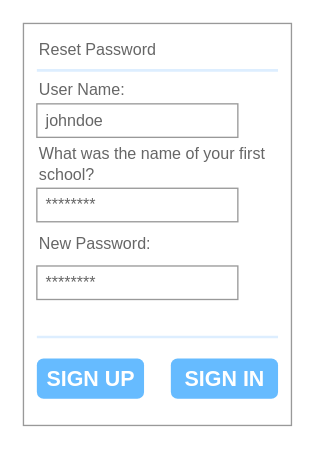
Above: Documentation/images/design/Reset_Password.drawio in JCSnelson/JSnelson-NEA (draw.io), before the change. Source tidied: cells renumbered, new cells numbered last; positions are measured from the earlier drawing's top-left corner, leaving out a move shared by most shapes. Both pictures are drawn from the tidied source at 134%, with x=0, y=0 at pixel (23, 23).
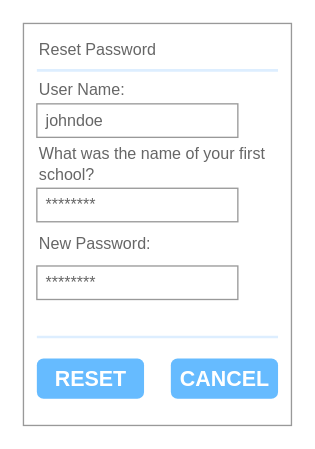
The same diagram, later.

The change refers to these unchanged cells:
```xml
<mxCell id="2" style="strokeWidth=1;shadow=0;dashed=0;align=center;html=1;shape=mxgraph.mockup.forms.rrect;rSize=0;strokeColor=#999999;fillColor=#ffffff;" parent="1" vertex="1">
  <mxGeometry width="200" height="300" as="geometry" />
</mxCell>
```

What changed in the source:
```diff
@@
-    <mxCell id="9" value="SIGN IN" style="strokeWidth=1;shadow=0;dashed=0;align=center;html=1;shape=mxgraph.mockup.forms.rrect;rSize=5;strokeColor=none;fontColor=#ffffff;fillColor=#66bbff;fontSize=16;fontStyle=1;" parent="2" vertex="1">
+    <mxCell id="9" value="CANCEL" style="strokeWidth=1;shadow=0;dashed=0;align=center;html=1;shape=mxgraph.mockup.forms.rrect;rSize=5;strokeColor=none;fontColor=#ffffff;fillColor=#66bbff;fontSize=16;fontStyle=1;" parent="2" vertex="1">
       <mxGeometry y="1" width="80" height="30" relative="1" as="geometry">
         <mxPoint x="110" y="-50" as="offset" />
       </mxGeometry>
     </mxCell>
@@
-    <mxCell id="11" value="SIGN UP" style="strokeWidth=1;shadow=0;dashed=0;align=center;html=1;shape=mxgraph.mockup.forms.rrect;rSize=5;strokeColor=none;fontColor=#ffffff;fillColor=#66bbff;fontSize=16;fontStyle=1;" parent="2" vertex="1">
+    <mxCell id="11" value="RESET" style="strokeWidth=1;shadow=0;dashed=0;align=center;html=1;shape=mxgraph.mockup.forms.rrect;rSize=5;strokeColor=none;fontColor=#ffffff;fillColor=#66bbff;fontSize=16;fontStyle=1;" parent="2" vertex="1">
       <mxGeometry y="1" width="80" height="30" relative="1" as="geometry">
         <mxPoint x="10" y="-50" as="offset" />
       </mxGeometry>
     </mxCell>
```
